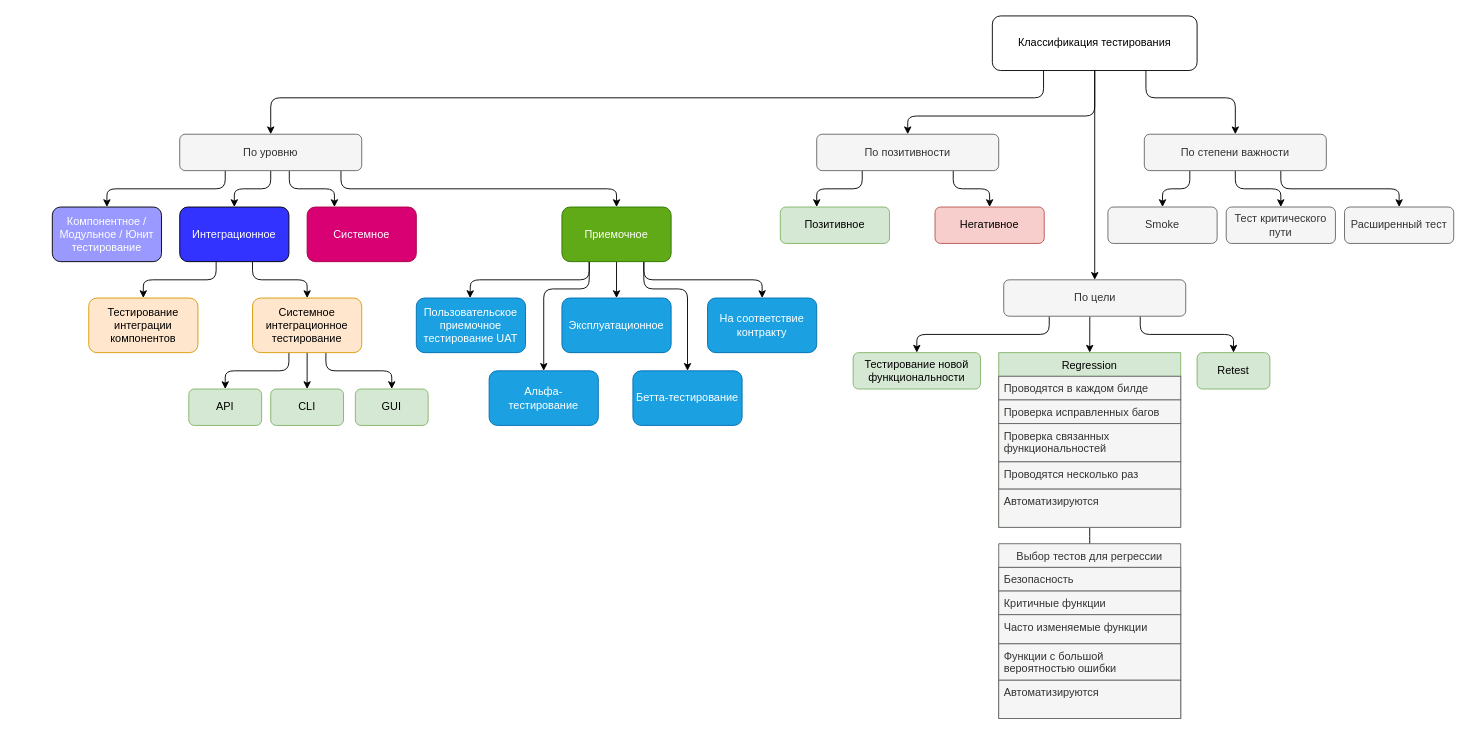
Earlier version of the draw.io diagram Classification Of Testing.drawio (dimaevan/Diagrams). Source tidied: cells renumbered, new cells numbered last; positions are measured from the earlier drawing's top-left corner, leaving out a move shared by most shapes. Both pictures are drawn from the tidied source at 91%, with x=0, y=0 at pixel (52, 15).
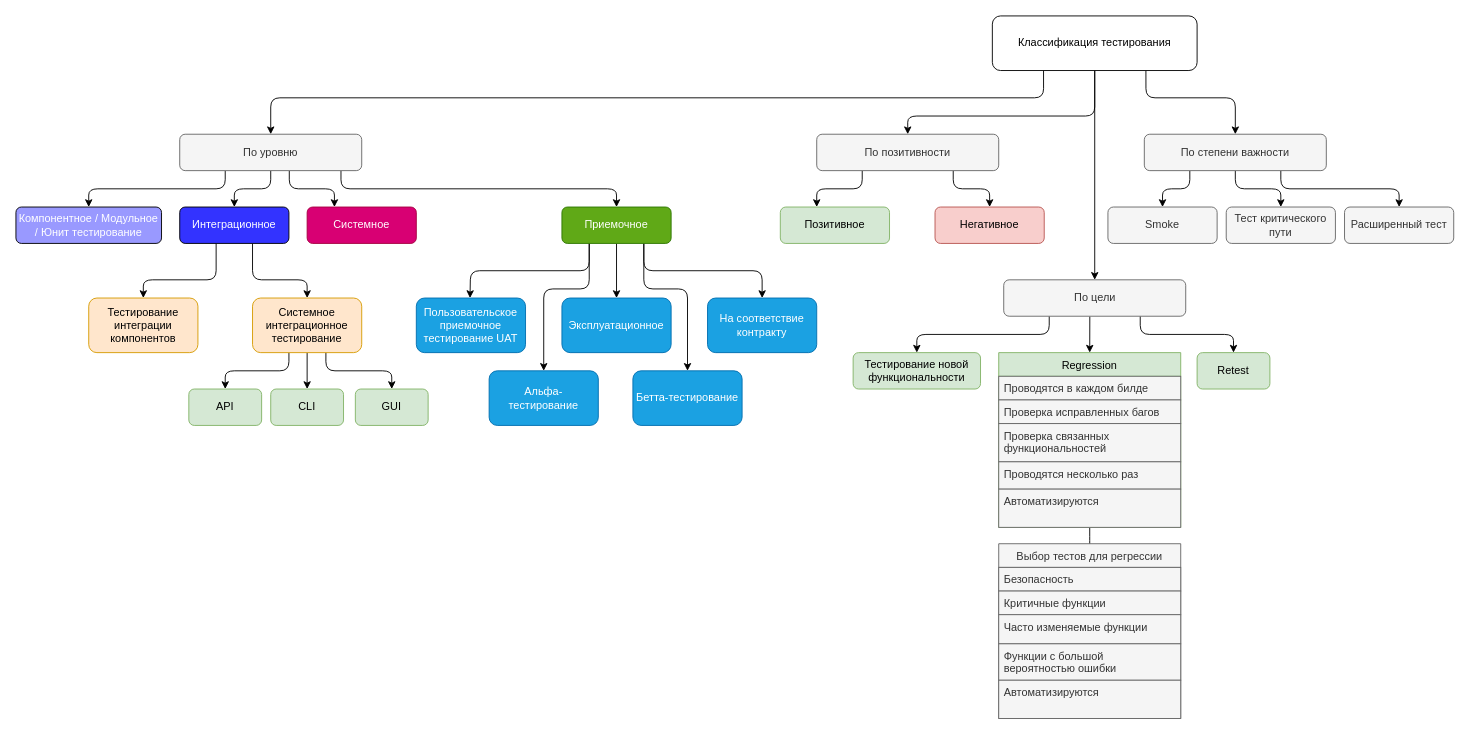
The same diagram, later.

Unchanged cells that the change refers to:
```xml
<mxCell id="52" value="По цели" style="rounded=1;whiteSpace=wrap;html=1;fillColor=#f5f5f5;fontColor=#333333;strokeColor=#666666;" parent="1" vertex="1">
  <mxGeometry x="1045.5" y="290" width="200" height="40" as="geometry" />
</mxCell>
<mxCell id="55" value="Regression" style="swimlane;fontStyle=0;horizontal=1;startSize=26;fillColor=#d5e8d4;strokeColor=#82b366;" parent="1" vertex="1">
  <mxGeometry x="1040" y="370" width="200" height="192" as="geometry" />
</mxCell>
```

What changed in the source:
```diff
@@
     <mxCell id="12" value="Компонентное / Модульное / Юнит тестирование" style="whiteSpace=wrap;html=1;rounded=1;fillColor=#9999FF;fontColor=#FFFFFF;" parent="1" vertex="1">
-      <mxGeometry y="210" width="120" height="60" as="geometry" />
+      <mxGeometry x="-40" y="210" width="160" height="40" as="geometry" />
     </mxCell>
@@
     <mxCell id="15" value="Интеграционное" style="whiteSpace=wrap;html=1;rounded=1;fillColor=#3333FF;fontColor=#FFFFFF;" parent="1" vertex="1">
-      <mxGeometry x="140" y="210" width="120" height="60" as="geometry" />
+      <mxGeometry x="140" y="210" width="120" height="40" as="geometry" />
     </mxCell>
     <mxCell id="16" value="Системное" style="whiteSpace=wrap;html=1;rounded=1;fillColor=#d80073;fontColor=#ffffff;strokeColor=#A50040;" parent="1" vertex="1">
-      <mxGeometry x="280" y="210" width="120" height="60" as="geometry" />
+      <mxGeometry x="280" y="210" width="120" height="40" as="geometry" />
     </mxCell>
@@
     <mxCell id="31" value="Приемочное" style="whiteSpace=wrap;html=1;rounded=1;fillColor=#60a917;fontColor=#ffffff;strokeColor=#2D7600;" parent="1" vertex="1">
-      <mxGeometry x="560" y="210" width="120" height="60" as="geometry" />
+      <mxGeometry x="560" y="210" width="120" height="40" as="geometry" />
     </mxCell>
@@
-    <mxCell id="50" style="edgeStyle=orthogonalEdgeStyle;rounded=1;jettySize=auto;html=1;exitX=0.473;exitY=1.01;exitDx=0;exitDy=0;entryX=0.5;entryY=0;entryDx=0;entryDy=0;fontColor=#FFFFFF;exitPerimeter=0;" parent="1" edge="1" source="52" target="55">
+    <mxCell id="50" style="edgeStyle=orthogonalEdgeStyle;rounded=1;jettySize=auto;html=1;exitX=0.473;exitY=1.006;exitDx=0;exitDy=0;entryX=0.5;entryY=0;entryDx=0;entryDy=0;fontColor=#FFFFFF;exitPerimeter=0;" parent="1" edge="1" source="52" target="55">
       <mxGeometry relative="1" as="geometry" />
     </mxCell>
```
